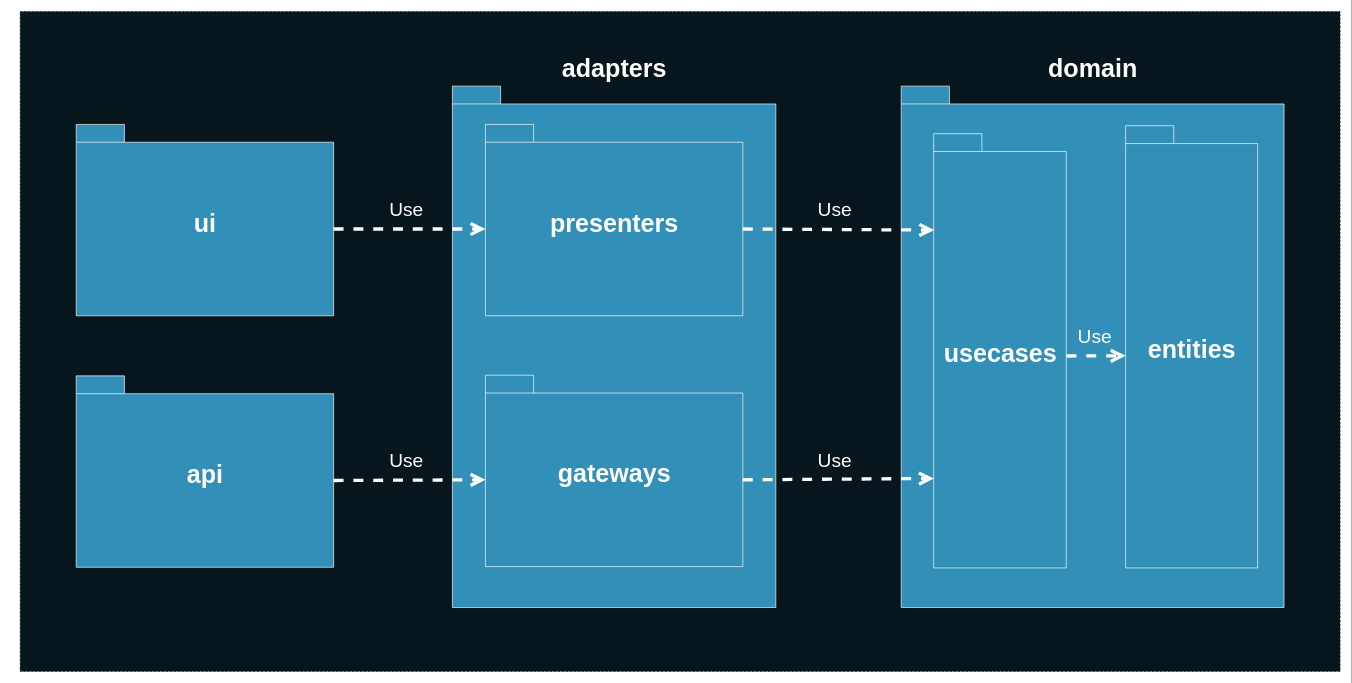
Before: deck/ru/diagrams/packagesDependencies.drawio in AlexanderLapygin/ca-react-rest-api-starter, a draw.io diagram. Source tidied: cells renumbered, new cells numbered last; positions are measured from the earlier drawing's top-left corner, leaving out a move shared by most shapes. Both pictures are drawn from the tidied source at 66%, with x=0, y=0 at pixel (20, 11).
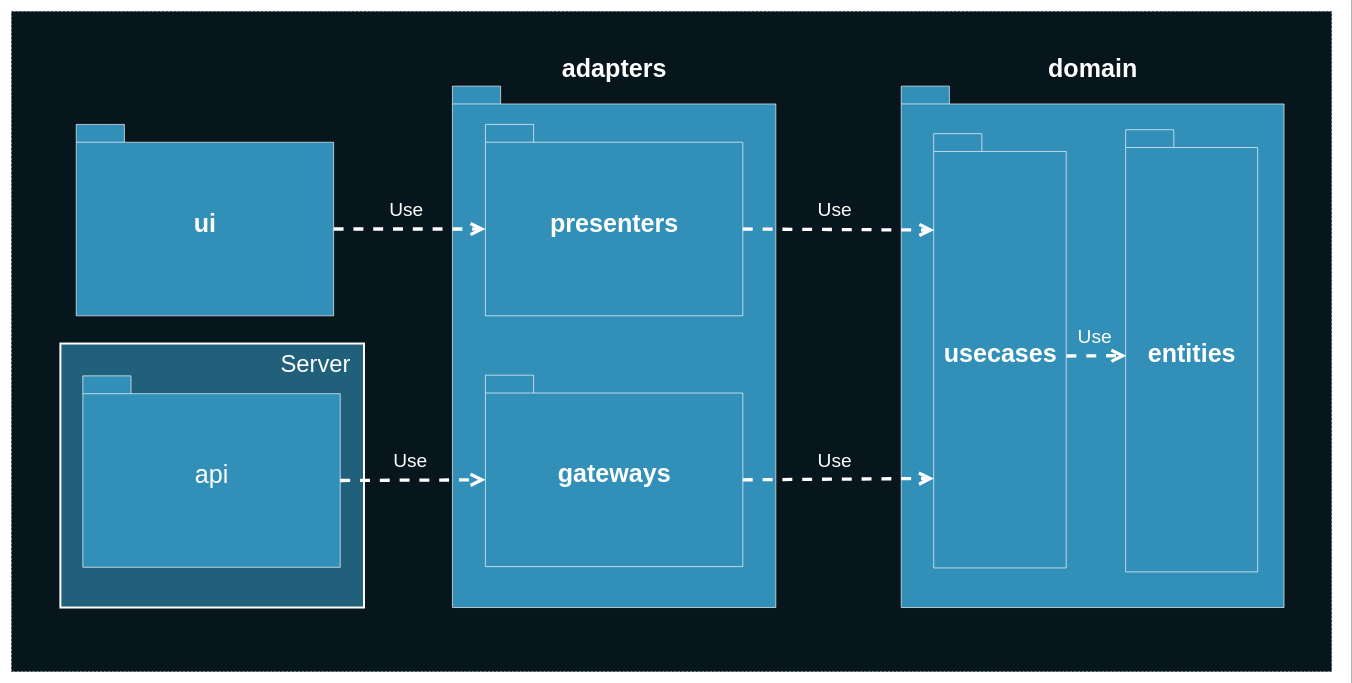
After the change.

Unchanged cells that the change refers to:
```xml
<mxCell id="8" value="&lt;font color=&quot;#ffffff&quot; style=&quot;font-size: 38px&quot;&gt;gateways&lt;/font&gt;" style="shape=folder;fontStyle=1;spacingTop=10;tabWidth=73;tabHeight=27;tabPosition=left;html=1;strokeColor=#FFFFFF;fillColor=#3290B8;" parent="5" vertex="1">
  <mxGeometry x="50" y="438" width="390" height="290" as="geometry" />
</mxCell>
<mxCell id="9" style="group;" parent="1" vertex="1">
  <mxGeometry x="1335" y="113" width="580" height="790" as="geometry" />
</mxCell>
<mxCell id="12" value="&lt;font color=&quot;#ffffff&quot; style=&quot;font-size: 38px&quot;&gt;usecases&lt;/font&gt;" style="shape=folder;fontStyle=1;spacingTop=10;tabWidth=73;tabHeight=27;tabPosition=left;html=1;strokeColor=#FFFFFF;fillColor=#3290B8;" parent="9" vertex="1">
  <mxGeometry x="49.2" y="72" width="200.8" height="658" as="geometry" />
</mxCell>
```

The edit, as a diff of the source:
```diff
@@
     <mxCell id="2" style="rounded=0;whiteSpace=wrap;html=1;fillColor=#07161C;fontSize=30;fontColor=#FFFFFF;strokeColor=#0C242E;dashed=1;" parent="1" vertex="1">
-      <mxGeometry y="-0.1" width="2000" height="1000" as="geometry" />
+      <mxGeometry x="-13" y="-0.1" width="2000" height="1000" as="geometry" />
     </mxCell>
@@
-    <mxCell id="4" value="&lt;font color=&quot;#ffffff&quot; style=&quot;font-size: 38px&quot;&gt;api&lt;/font&gt;" style="shape=folder;fontStyle=1;spacingTop=10;tabWidth=73;tabHeight=27;tabPosition=left;html=1;strokeColor=#FFFFFF;fillColor=#3290B8;" parent="1" vertex="1">
-      <mxGeometry x="85" y="552" width="390" height="290" as="geometry" />
-    </mxCell>
@@
     <mxCell id="11" value="&lt;font color=&quot;#ffffff&quot; style=&quot;font-size: 38px&quot;&gt;entities&lt;/font&gt;" style="shape=folder;fontStyle=1;spacingTop=10;tabWidth=73;tabHeight=27;tabPosition=left;html=1;strokeColor=#FFFFFF;fillColor=#3290B8;" parent="9" vertex="1">
-      <mxGeometry x="340" y="60" width="200" height="670" as="geometry" />
+      <mxGeometry x="340" y="66" width="200" height="670" as="geometry" />
     </mxCell>
@@
-    <mxCell id="13" value="Use" style="endArrow=open;endSize=12;dashed=1;html=1;strokeColor=#FFFFFF;strokeWidth=5;fontSize=29;fontColor=#FFFFFF;entryX=0;entryY=0;entryDx=0;entryDy=348.5;entryPerimeter=0;labelBackgroundColor=none;exitX=1.002;exitY=0.512;exitDx=0;exitDy=0;exitPerimeter=0;" parent="9" edge="1" source="12" target="11">
+    <mxCell id="13" value="Use" style="endArrow=open;endSize=12;dashed=1;html=1;strokeColor=#FFFFFF;strokeWidth=5;fontSize=29;fontColor=#FFFFFF;labelBackgroundColor=none;exitX=1.002;exitY=0.512;exitDx=0;exitDy=0;exitPerimeter=0;entryX=0.005;entryY=0.511;entryDx=0;entryDy=0;entryPerimeter=0;" parent="9" edge="1" source="12" target="11">
       <mxGeometry x="-0.04" y="29" relative="1" as="geometry" />
     </mxCell>
@@
-    <mxCell id="15" value="Use" style="endArrow=open;endSize=12;dashed=1;html=1;strokeColor=#FFFFFF;strokeWidth=5;fontSize=29;fontColor=#FFFFFF;entryX=0;entryY=0;entryDx=0;entryDy=158.5;entryPerimeter=0;exitX=0;exitY=0;exitDx=390;exitDy=158.5;exitPerimeter=0;labelBackgroundColor=none;" parent="1" edge="1" source="4" target="8">
-      <mxGeometry x="-0.04" y="29" relative="1" as="geometry" />
-    </mxCell>
@@
+    <mxCell id="18" style="group;" parent="1" vertex="1">
+      <mxGeometry x="61" y="503" width="460" height="400" as="geometry" />
+    </mxCell>
+    <mxCell id="19" style="rounded=0;whiteSpace=wrap;html=1;strokeColor=#FFFFFF;strokeWidth=3;fillColor=#21607A;fontSize=23;fontColor=#FFFFFF;" parent="18" vertex="1">
+      <mxGeometry width="460" height="400" as="geometry" />
+    </mxCell>
+    <mxCell id="4" value="&lt;font color=&quot;#ffffff&quot; style=&quot;font-size: 38px ; font-weight: normal&quot;&gt;api&lt;/font&gt;" style="shape=folder;fontStyle=1;spacingTop=10;tabWidth=73;tabHeight=27;tabPosition=left;html=1;strokeColor=#FFFFFF;fillColor=#3290B8;" parent="18" vertex="1">
+      <mxGeometry x="34" y="49" width="390" height="290" as="geometry" />
+    </mxCell>
+    <mxCell id="20" value="Server" style="text;html=1;strokeColor=none;fillColor=none;align=center;verticalAlign=middle;whiteSpace=wrap;rounded=0;fontSize=36;fontColor=#FFFFFF;fontStyle=0;" parent="18" vertex="1">
+      <mxGeometry x="327" y="21" width="120" height="20" as="geometry" />
+    </mxCell>
+    <mxCell id="15" value="Use" style="endArrow=open;endSize=12;dashed=1;html=1;strokeColor=#FFFFFF;strokeWidth=5;fontSize=29;fontColor=#FFFFFF;entryX=0;entryY=0;entryDx=0;entryDy=158.5;entryPerimeter=0;exitX=0;exitY=0;exitDx=390;exitDy=158.5;labelBackgroundColor=none;exitPerimeter=0;" parent="1" edge="1" source="4" target="8">
+      <mxGeometry x="-0.04" y="29" relative="1" as="geometry" />
+    </mxCell>
```
